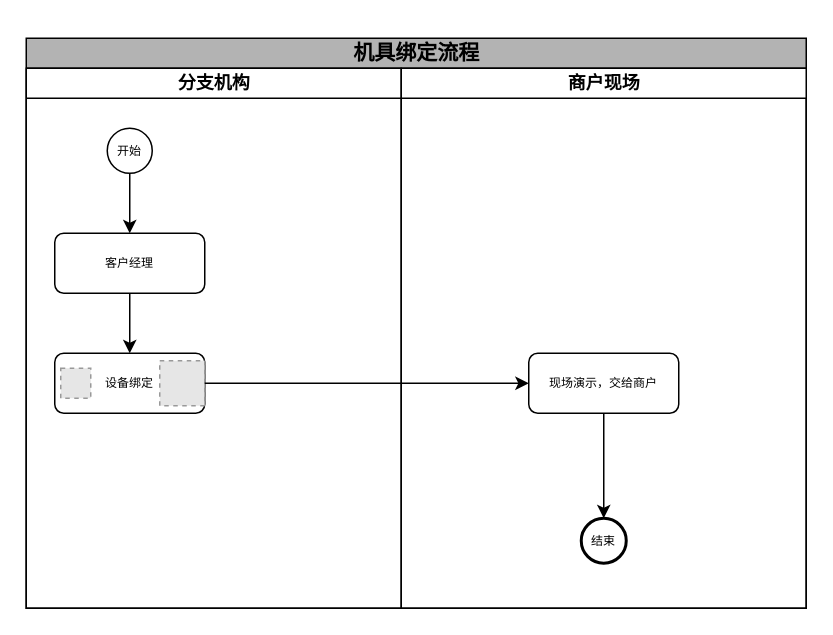
This is 设备回收流程.drawio from zhao123456/draw, a draw.io file, before an edit. Source tidied: cells renumbered, new cells numbered last; positions are measured from the earlier drawing's top-left corner, leaving out a move shared by most shapes. Both pictures are drawn from the tidied source at 150%, with x=0, y=0 at pixel (26, 38). Pictures stored in the file or linked from it are replaced by grey dashed boxes.
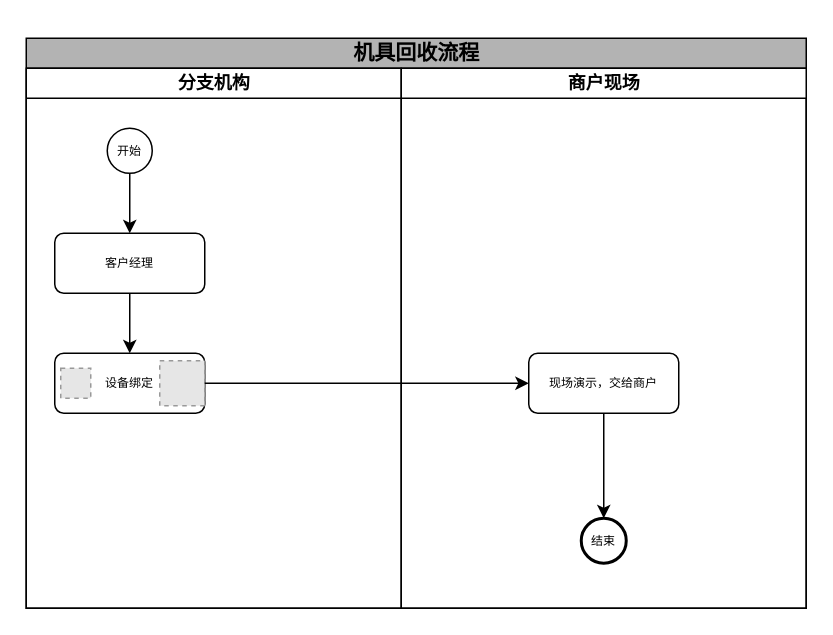
The same diagram, later.

Commit message (it also covers changes not shown here):
更新设备回收流程.drawio

Diff of the diagram source:
```diff
@@
 <mxGraphModel>
   <root>
     <mxCell id="0" />
     <mxCell id="1" parent="0" />
-    <mxCell id="2" value="&lt;h2&gt;&lt;span style=&quot;font-size: 14px;&quot;&gt;机具绑定流程&lt;/span&gt;&lt;/h2&gt;" style="swimlane;html=1;startSize=20;rounded=0;shadow=0;labelBackgroundColor=none;strokeWidth=1;fontFamily=Verdana;fontSize=8;align=center;fillColor=#B3B3B3;" parent="1" vertex="1">
+    <mxCell id="2" value="&lt;h2&gt;&lt;span style=&quot;font-size: 14px;&quot;&gt;机具回收流程&lt;/span&gt;&lt;/h2&gt;" style="swimlane;html=1;startSize=20;rounded=0;shadow=0;labelBackgroundColor=none;strokeWidth=1;fontFamily=Verdana;fontSize=8;align=center;fillColor=#B3B3B3;" parent="1" vertex="1">
       <mxGeometry width="520" height="380" as="geometry" />
     </mxCell>
     <mxCell id="3" value="分支机构" style="swimlane;html=1;startSize=20;" parent="2" vertex="1">
       <mxGeometry y="20" width="250" height="360" as="geometry" />
     </mxCell>
     <mxCell id="4" style="edgeStyle=orthogonalEdgeStyle;rounded=0;jettySize=auto;html=1;entryX=0.5;entryY=0;entryDx=0;entryDy=0;" parent="3" edge="1" source="5" target="7">
       <mxGeometry relative="1" as="geometry" />
     </mxCell>
     <mxCell id="5" value="开始" style="ellipse;whiteSpace=wrap;html=1;rounded=0;shadow=0;labelBackgroundColor=none;strokeWidth=1;fontFamily=Verdana;fontSize=8;align=center;" parent="3" vertex="1">
       <mxGeometry x="54" y="40" width="30" height="30" as="geometry" />
     </mxCell>
     <mxCell id="6" style="edgeStyle=orthogonalEdgeStyle;rounded=0;jettySize=auto;html=1;entryX=0.5;entryY=0;entryDx=0;entryDy=0;" parent="3" edge="1" source="7" target="8">
       <mxGeometry relative="1" as="geometry" />
     </mxCell>
     <mxCell id="7" value="客户经理" style="rounded=1;whiteSpace=wrap;html=1;shadow=0;labelBackgroundColor=none;strokeWidth=1;fontFamily=Verdana;fontSize=8;align=center;" parent="3" vertex="1">
       <mxGeometry x="19" y="110" width="100" height="40" as="geometry" />
     </mxCell>
     <mxCell id="8" value="设备绑定" style="rounded=1;whiteSpace=wrap;html=1;shadow=0;labelBackgroundColor=none;strokeWidth=1;fontFamily=Verdana;fontSize=8;align=center;" parent="3" vertex="1">
       <mxGeometry x="19" y="190" width="100" height="40" as="geometry" />
     </mxCell>
     <mxCell id="9" style="fillColor=#E6E6E6;strokeColor=#999999;dashed=1;verticalLabelPosition=bottom;labelBackgroundColor=default;verticalAlign=top;" parent="3" vertex="1">
       <mxGeometry x="89" y="195" width="30" height="30" as="geometry" />
     </mxCell>
     <mxCell id="10" style="fillColor=#E6E6E6;strokeColor=#999999;dashed=1;verticalLabelPosition=bottom;labelBackgroundColor=default;verticalAlign=top;" parent="3" vertex="1">
       <mxGeometry x="23" y="200" width="20" height="20" as="geometry" />
     </mxCell>
     <mxCell id="11" value="商户现场" style="swimlane;html=1;startSize=20;" parent="2" vertex="1">
       <mxGeometry x="250" y="20" width="270" height="360" as="geometry" />
     </mxCell>
     <mxCell id="12" style="edgeStyle=orthogonalEdgeStyle;rounded=0;jettySize=auto;html=1;" parent="11" edge="1" source="13" target="14">
       <mxGeometry relative="1" as="geometry" />
     </mxCell>
     <mxCell id="13" value="现场演示，交给商户" style="rounded=1;whiteSpace=wrap;html=1;shadow=0;labelBackgroundColor=none;strokeWidth=1;fontFamily=Verdana;fontSize=8;align=center;" parent="11" vertex="1">
       <mxGeometry x="85" y="190" width="100" height="40" as="geometry" />
     </mxCell>
     <mxCell id="14" value="结束" style="ellipse;whiteSpace=wrap;html=1;rounded=0;shadow=0;labelBackgroundColor=none;strokeWidth=2;fontFamily=Verdana;fontSize=8;align=center;" parent="11" vertex="1">
       <mxGeometry x="120" y="300" width="30" height="30" as="geometry" />
     </mxCell>
     <mxCell id="15" style="edgeStyle=orthogonalEdgeStyle;rounded=0;jettySize=auto;html=1;entryX=0;entryY=0.5;entryDx=0;entryDy=0;" parent="2" edge="1" source="8" target="13">
       <mxGeometry relative="1" as="geometry" />
     </mxCell>
   </root>
 </mxGraphModel>
```
